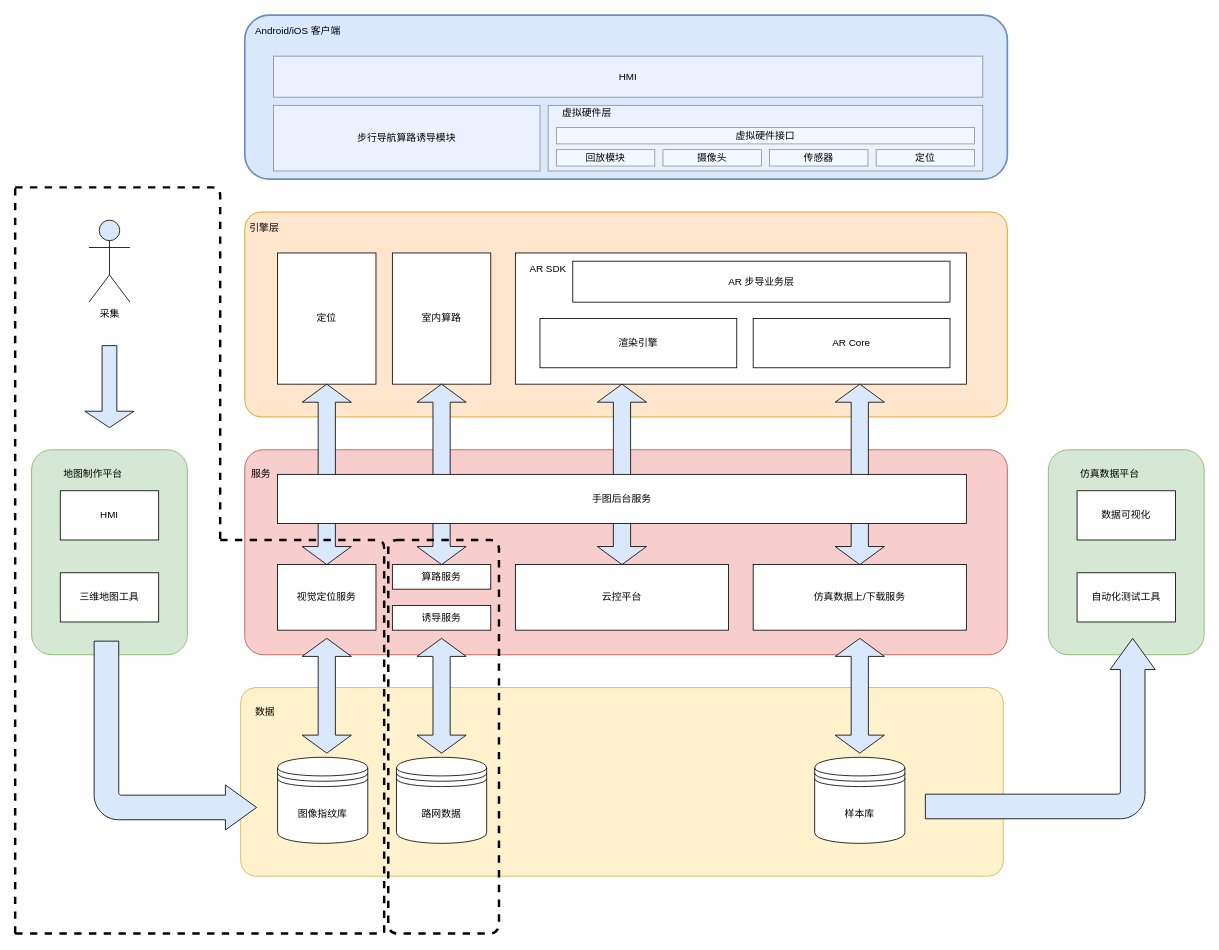
Earlier version of the draw.io diagram page "Page-1" (1 of 2) of AR 客户端架构.drawio (wangziji/graphics). Source tidied: cells renumbered, new cells numbered last; positions are measured from the earlier drawing's top-left corner, leaving out a move shared by most shapes. Both pictures are drawn from the tidied source at 82%, with x=0, y=0 at pixel (15, 15).
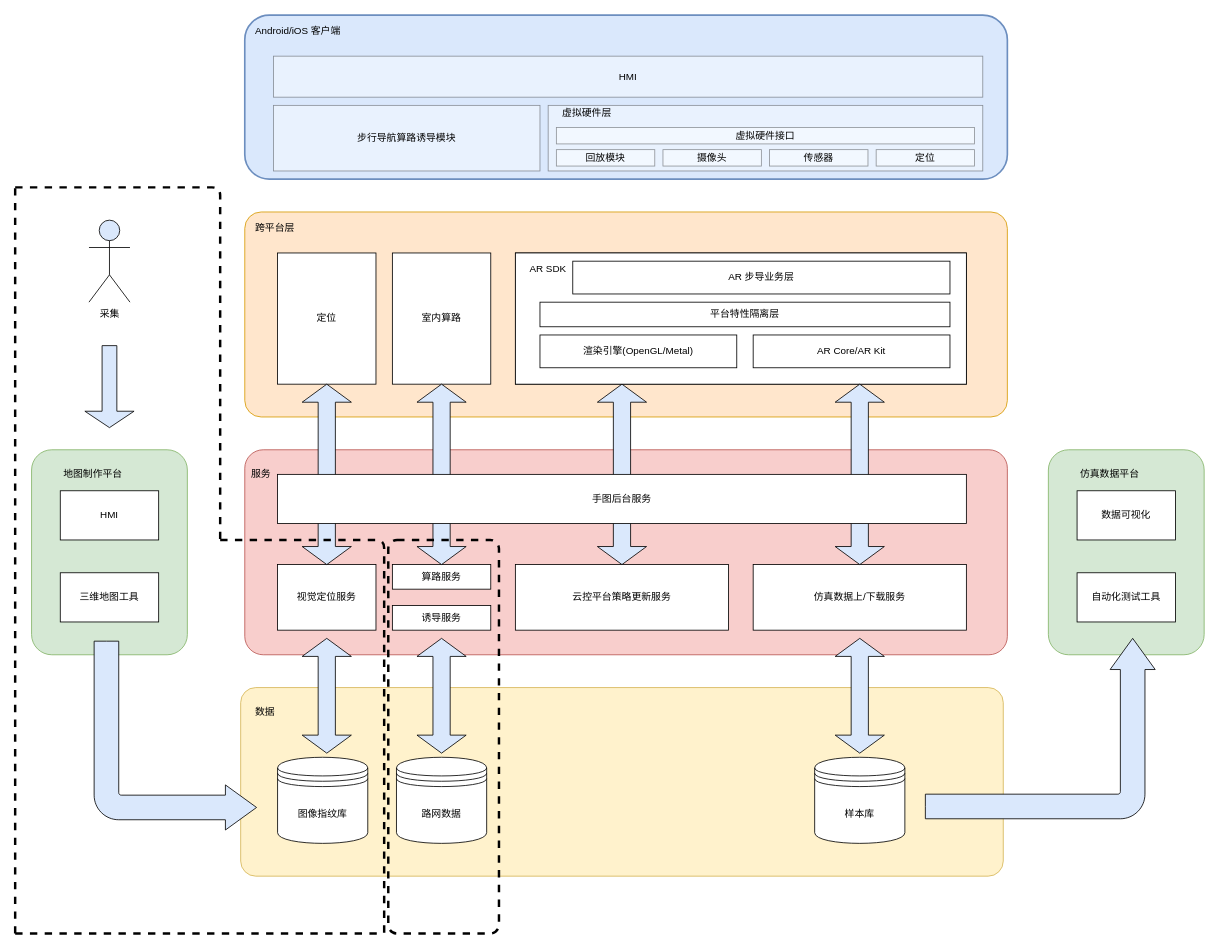
The same diagram, later.

Commit message:
Update AR 客户端架构.drawio

Change to the diagram source:
```diff
@@
-    <mxCell id="5" value="引擎层" style="text;html=1;strokeColor=none;fillColor=none;align=center;verticalAlign=middle;whiteSpace=wrap;rounded=0;" parent="1" vertex="1">
-      <mxGeometry x="284" y="250" width="40" height="20" as="geometry" />
+    <mxCell id="5" value="跨平台层" style="text;html=1;strokeColor=none;fillColor=none;align=center;verticalAlign=middle;whiteSpace=wrap;rounded=0;" parent="1" vertex="1">
+      <mxGeometry x="284" y="250" width="66" height="20" as="geometry" />
     </mxCell>
-    <mxCell id="6" style="group;" parent="1" vertex="1">
+    <mxCell id="6" style="group;strokeColor=#000000;" parent="1" vertex="1">
       <mxGeometry x="610" y="290" width="550" height="160" as="geometry" />
     </mxCell>
@@
     <mxCell id="9" value="AR 步导业务层" style="rounded=0;whiteSpace=wrap;html=1;" parent="6" vertex="1">
-      <mxGeometry x="70" y="10" width="460" height="50" as="geometry" />
+      <mxGeometry x="70" y="10" width="460" height="40" as="geometry" />
     </mxCell>
-    <mxCell id="10" value="渲染引擎" style="rounded=0;whiteSpace=wrap;html=1;" parent="6" vertex="1">
-      <mxGeometry x="30" y="80" width="240" height="60" as="geometry" />
+    <mxCell id="10" value="渲染引擎(OpenGL/Metal)" style="rounded=0;whiteSpace=wrap;html=1;" parent="6" vertex="1">
+      <mxGeometry x="30" y="100" width="240" height="40" as="geometry" />
     </mxCell>
-    <mxCell id="11" value="AR Core" style="rounded=0;whiteSpace=wrap;html=1;" parent="6" vertex="1">
-      <mxGeometry x="290" y="80" width="240" height="60" as="geometry" />
+    <mxCell id="11" value="AR Core/AR Kit" style="rounded=0;whiteSpace=wrap;html=1;" parent="6" vertex="1">
+      <mxGeometry x="290" y="100" width="240" height="40" as="geometry" />
     </mxCell>
+    <mxCell id="60" value="平台特性隔离层" style="rounded=0;whiteSpace=wrap;html=1;" parent="6" vertex="1">
+      <mxGeometry x="30" y="60" width="500" height="30" as="geometry" />
+    </mxCell>
@@
-    <mxCell id="18" value="云控平台" style="rounded=0;whiteSpace=wrap;html=1;" parent="1" vertex="1">
+    <mxCell id="18" value="云控平台策略更新服务" style="rounded=0;whiteSpace=wrap;html=1;" parent="1" vertex="1">
       <mxGeometry x="610" y="670" width="260" height="80" as="geometry" />
     </mxCell>
```
